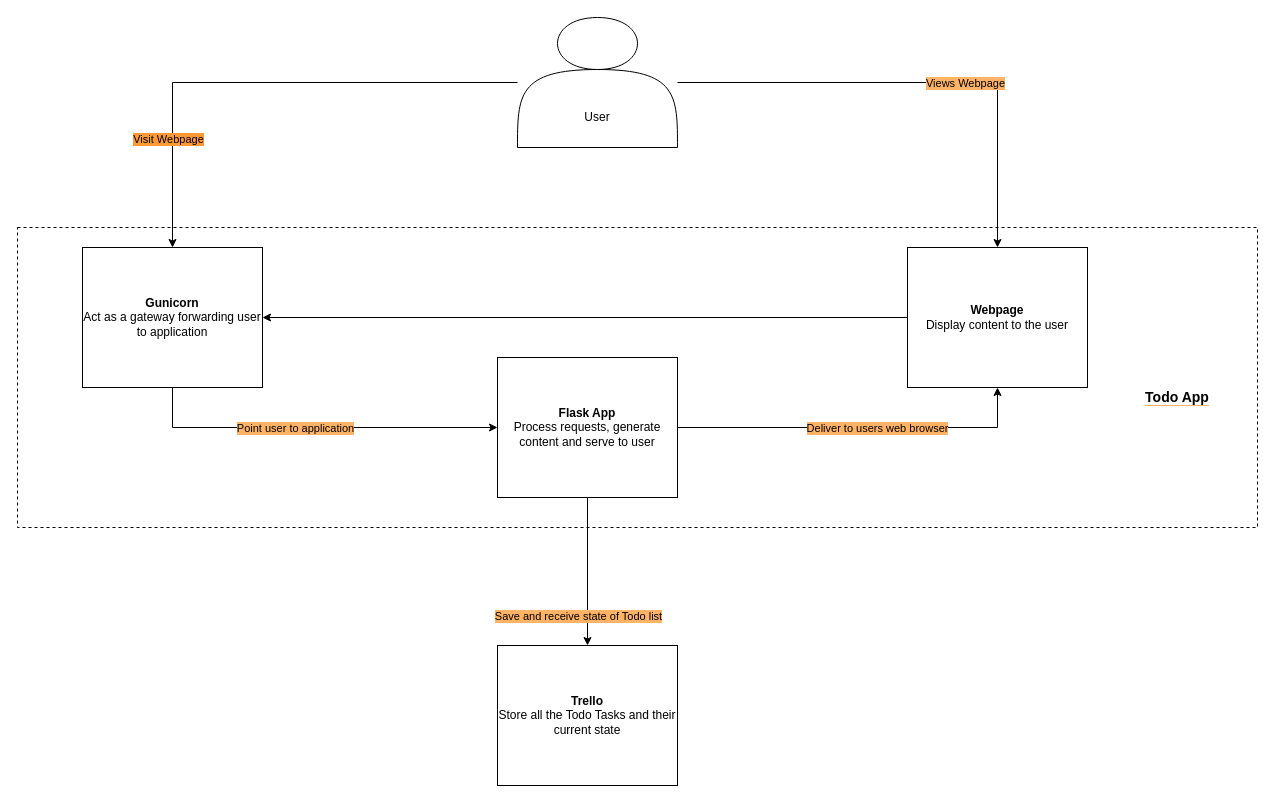
Earlier version of the draw.io diagram documentation/Container.drawio (Karrot96/DevOps-Course-Starter). Source tidied: cells renumbered, new cells numbered last; positions are measured from the earlier drawing's top-left corner, leaving out a move shared by most shapes. Both pictures are drawn from the tidied source at 100%, with x=0, y=0 at pixel (17, 17).
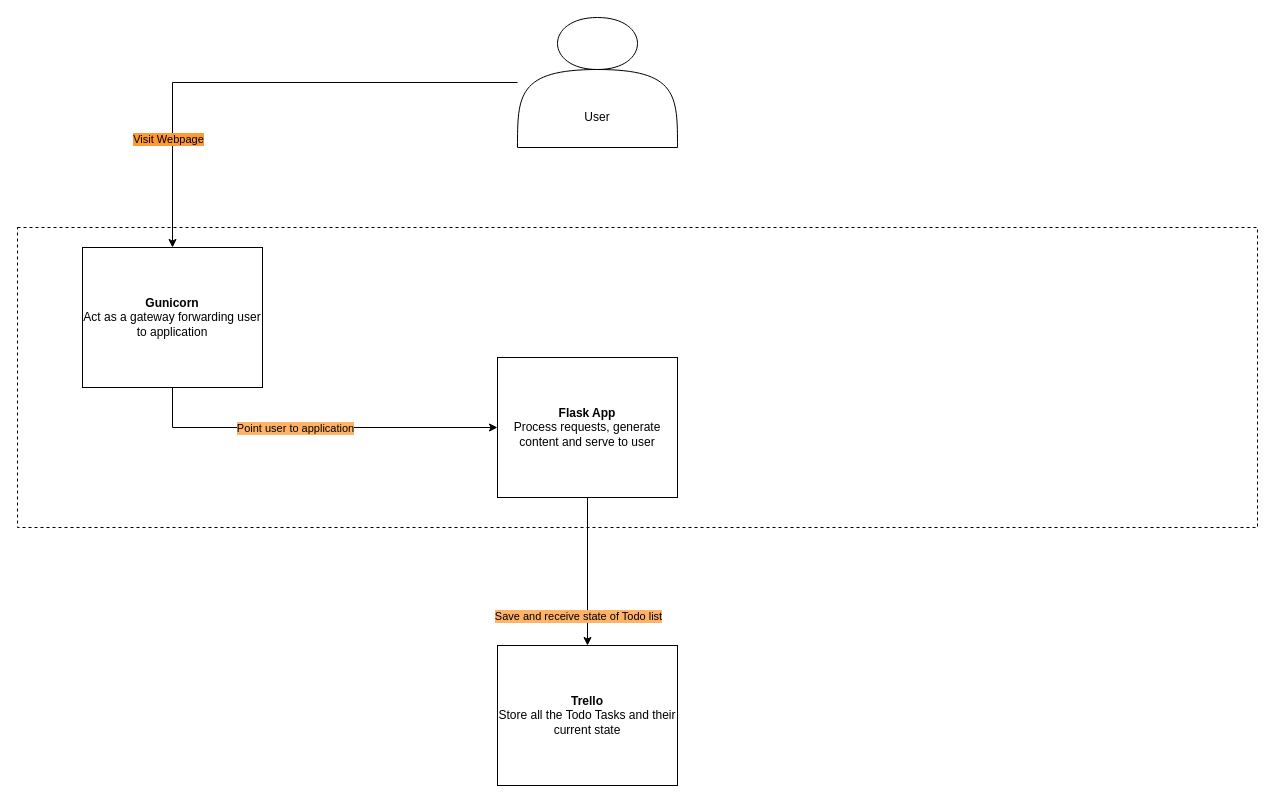
Above is the later version.

Commit message (it also covers changes not shown here):
Better Diagrams

Unchanged cells that the change refers to:
```xml
<mxCell id="7" style="shape=actor;whiteSpace=wrap;html=1;" parent="1" vertex="1">
  <mxGeometry x="500" width="160" height="130" as="geometry" />
</mxCell>
<mxCell id="11" value="&lt;div&gt;&lt;b&gt;Gunicorn&lt;br&gt;&lt;/b&gt;&lt;/div&gt;&lt;div&gt;Act as a gateway forwarding user to application&lt;br&gt;&lt;b&gt;&lt;/b&gt;&lt;/div&gt;" style="rounded=0;whiteSpace=wrap;html=1;" parent="1" vertex="1">
  <mxGeometry x="65" y="230" width="180" height="140" as="geometry" />
</mxCell>
<mxCell id="16" value="&lt;div&gt;&lt;b&gt;Flask App&lt;br&gt;&lt;/b&gt;&lt;/div&gt;&lt;div&gt;Process requests, generate content and serve to user&lt;br&gt;&lt;b&gt;&lt;/b&gt;&lt;/div&gt;" style="rounded=0;whiteSpace=wrap;html=1;" parent="1" vertex="1">
  <mxGeometry x="480" y="340" width="180" height="140" as="geometry" />
</mxCell>
```

Change to the diagram source:
```diff
@@
-    <mxCell id="5" style="edgeStyle=orthogonalEdgeStyle;rounded=0;jettySize=auto;html=1;" parent="1" edge="1" source="7" target="18">
-      <mxGeometry relative="1" as="geometry" />
-    </mxCell>
-    <mxCell id="6" value="Views Webpage" style="edgeLabel;html=1;align=center;verticalAlign=middle;labelBackgroundColor=#FFB366;" parent="5" vertex="1">
-      <mxGeometry x="0.32" y="-33" relative="1" as="geometry" />
-    </mxCell>
@@
-    <mxCell id="12" style="edgeStyle=orthogonalEdgeStyle;rounded=0;jettySize=auto;html=1;" parent="1" edge="1" source="16" target="18">
-      <mxGeometry relative="1" as="geometry">
-        <Array as="points">
-          <mxPoint x="980" y="410" />
-        </Array>
-      </mxGeometry>
-    </mxCell>
-    <mxCell id="13" value="Deliver to users web browser" style="edgeLabel;html=1;align=center;verticalAlign=middle;labelBackgroundColor=#FFB366;" parent="12" vertex="1">
-      <mxGeometry x="0.28" y="3" relative="1" as="geometry">
-        <mxPoint x="-31" y="3" as="offset" />
-      </mxGeometry>
-    </mxCell>
@@
-    <mxCell id="17" style="edgeStyle=orthogonalEdgeStyle;rounded=0;jettySize=auto;html=1;" parent="1" edge="1" source="18" target="11">
-      <mxGeometry relative="1" as="geometry" />
-    </mxCell>
-    <mxCell id="18" value="&lt;div&gt;&lt;b&gt;Webpage&lt;br&gt;&lt;/b&gt;&lt;/div&gt;&lt;div&gt;Display content to the user&lt;br&gt;&lt;b&gt;&lt;/b&gt;&lt;/div&gt;" style="rounded=0;whiteSpace=wrap;html=1;" parent="1" vertex="1">
-      <mxGeometry x="890" y="230" width="180" height="140" as="geometry" />
-    </mxCell>
@@
-    <mxCell id="20" value="&lt;font style=&quot;font-size: 14px&quot;&gt;&lt;b&gt;&lt;span style=&quot;background-color: rgb(255 , 255 , 255)&quot;&gt;Todo App&lt;/span&gt;&lt;/b&gt;&lt;/font&gt;" style="text;html=1;strokeColor=none;fillColor=none;align=center;verticalAlign=middle;whiteSpace=wrap;rounded=0;dashed=1;labelBackgroundColor=#FFB366;" parent="1" vertex="1">
-      <mxGeometry x="1090" y="370" width="140" height="20" as="geometry" />
-    </mxCell>
```
